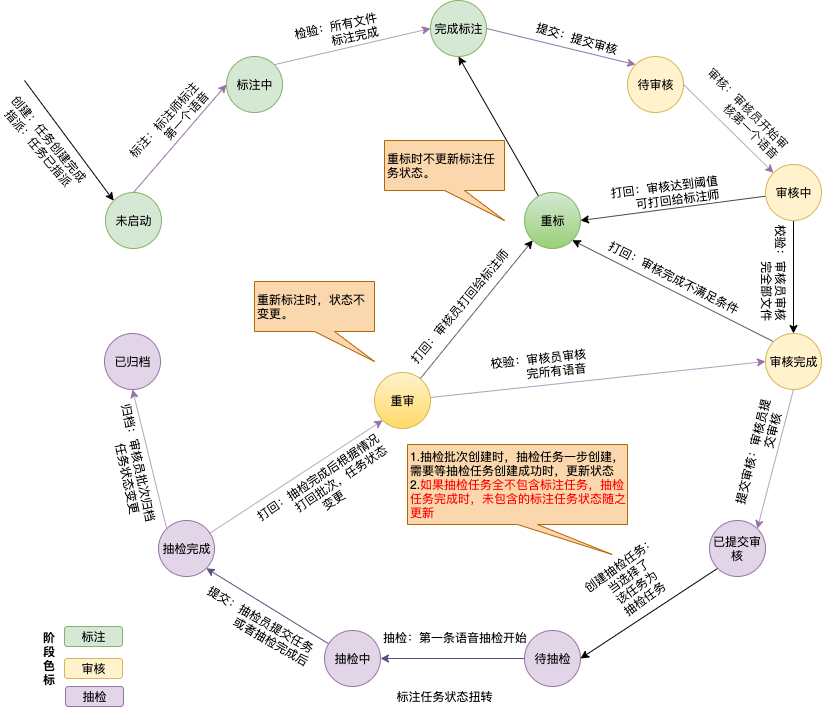
Above: 标注状态转变图.png in gumuqi/draw.io (draw.io), before the change. Source tidied: cells renumbered, new cells last; positions are measured from the earlier drawing's top-left corner, leaving out a move shared by most shapes.
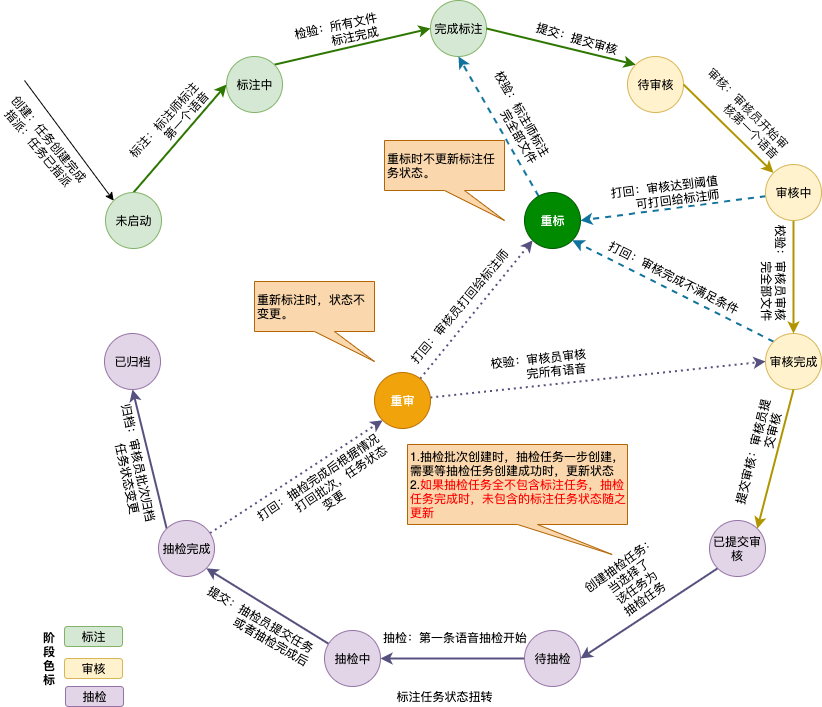
Later version of the same file.

Commit message:
已添加 标注状态转变图.png

Diff of the diagram source:
```diff
@@ -2,7 +2,7 @@
   <root>
     <mxCell id="0" />
     <mxCell id="1" parent="0" />
-    <mxCell id="2" style="rounded=0;jettySize=auto;html=1;entryX=0;entryY=0.5;entryDx=0;entryDy=0;fillColor=#e1d5e7;strokeColor=#9673a6;exitX=0.5;exitY=0;exitDx=0;exitDy=0;" parent="1" edge="1" source="6" target="9">
+    <mxCell id="2" style="rounded=0;jettySize=auto;html=1;entryX=0;entryY=0.5;entryDx=0;entryDy=0;fillColor=#60a917;strokeColor=#2D7600;exitX=0.5;exitY=0;exitDx=0;exitDy=0;strokeWidth=2;" parent="1" edge="1" source="6" target="9">
       <mxGeometry relative="1" as="geometry" />
     </mxCell>
     <mxCell id="3" value="标注：标注师标注&lt;br&gt;&amp;nbsp; &amp;nbsp; &amp;nbsp; &amp;nbsp; &amp;nbsp; &amp;nbsp;第一个语音" style="text;html=1;align=center;verticalAlign=middle;labelBackgroundColor=#ffffff;rotation=312;" parent="2" vertex="1">
@@ -23,7 +23,7 @@
     <mxCell id="6" value="未启动" style="ellipse;whiteSpace=wrap;html=1;fillColor=#d5e8d4;strokeColor=#82b366;" parent="1" vertex="1">
       <mxGeometry x="81" y="192" width="56" height="56" as="geometry" />
     </mxCell>
-    <mxCell id="7" style="rounded=0;jettySize=auto;html=1;entryX=0;entryY=0.5;entryDx=0;entryDy=0;fillColor=#e1d5e7;strokeColor=#9673a6;exitX=1;exitY=0;exitDx=0;exitDy=0;" parent="1" edge="1" source="9" target="10">
+    <mxCell id="7" style="rounded=0;jettySize=auto;html=1;entryX=0;entryY=0.5;entryDx=0;entryDy=0;fillColor=#60a917;strokeColor=#2D7600;exitX=1;exitY=0;exitDx=0;exitDy=0;strokeWidth=2;" parent="1" edge="1" source="9" target="10">
       <mxGeometry x="-0.17" y="42" relative="1" as="geometry" />
     </mxCell>
     <mxCell id="8" value="&lt;span style=&quot;font-size: 11px&quot;&gt;检验：所有文件&lt;/span&gt;&lt;br style=&quot;font-size: 11px&quot;&gt;&lt;span style=&quot;font-size: 11px&quot;&gt;&amp;nbsp; &amp;nbsp; &amp;nbsp; &amp;nbsp; &amp;nbsp; 标注完成&lt;/span&gt;" style="text;html=1;align=center;verticalAlign=middle;labelBackgroundColor=#ffffff;rotation=348;direction=south;" parent="7" vertex="1">
@@ -37,13 +37,18 @@
     <mxCell id="10" value="完成标注" style="ellipse;whiteSpace=wrap;html=1;fillColor=#d5e8d4;strokeColor=#82b366;" parent="1" vertex="1">
       <mxGeometry x="406" width="56" height="56" as="geometry" />
     </mxCell>
-    <mxCell id="11" style="edgeStyle=none;rounded=0;jettySize=auto;html=1;entryX=0.5;entryY=1;entryDx=0;entryDy=0;startArrow=none;startFill=0;endArrow=classic;endFill=1;" parent="1" edge="1" source="12" target="10">
+    <mxCell id="11" style="edgeStyle=none;rounded=0;jettySize=auto;html=1;entryX=0.5;entryY=1;entryDx=0;entryDy=0;startArrow=none;startFill=0;endArrow=classic;endFill=1;dashed=1;strokeWidth=2;fillColor=#b1ddf0;strokeColor=#10739e;" parent="1" edge="1" source="12" target="10">
       <mxGeometry relative="1" as="geometry" />
     </mxCell>
+    <mxCell id="58" value="&lt;span style=&quot;color: rgb(0 , 0 , 0)&quot;&gt;校验：标注师标注&lt;/span&gt;&lt;br style=&quot;color: rgb(0 , 0 , 0)&quot;&gt;&lt;span style=&quot;color: rgb(0 , 0 , 0)&quot;&gt;&amp;nbsp; &amp;nbsp; &amp;nbsp; &amp;nbsp; &amp;nbsp; &amp;nbsp;完全部文件&lt;/span&gt;" style="text;html=1;align=center;verticalAlign=middle;labelBackgroundColor=#ffffff;fontColor=#006633;rotation=60;" parent="11" vertex="1">
+      <mxGeometry x="0.11" y="-2" relative="1" as="geometry">
+        <mxPoint x="22" y="-0.5" as="offset" />
+      </mxGeometry>
+    </mxCell>
-    <mxCell id="12" value="重标" style="ellipse;whiteSpace=wrap;html=1;fillColor=#d5e8d4;strokeColor=#82b366;gradientColor=#97d077;" parent="1" vertex="1">
+    <mxCell id="12" value="重标" style="ellipse;whiteSpace=wrap;html=1;fillColor=#008a00;strokeColor=#005700;fontColor=#ffffff;" parent="1" vertex="1">
       <mxGeometry x="500" y="192" width="56" height="56" as="geometry" />
     </mxCell>
-    <mxCell id="13" style="edgeStyle=none;rounded=0;jettySize=auto;html=1;exitX=0;exitY=0;exitDx=0;exitDy=0;entryX=1;entryY=1;entryDx=0;entryDy=0;startArrow=none;startFill=0;endArrow=classic;endFill=1;" parent="1" edge="1" source="15" target="12">
+    <mxCell id="13" style="edgeStyle=none;rounded=0;jettySize=auto;html=1;exitX=0;exitY=0;exitDx=0;exitDy=0;entryX=1;entryY=1;entryDx=0;entryDy=0;startArrow=none;startFill=0;endArrow=classic;endFill=1;strokeWidth=2;fillColor=#b1ddf0;strokeColor=#10739e;dashed=1;" parent="1" edge="1" source="15" target="12">
       <mxGeometry relative="1" as="geometry" />
     </mxCell>
     <mxCell id="14" value="打回：审核完成不满足条件" style="text;html=1;align=center;verticalAlign=middle;labelBackgroundColor=#ffffff;rotation=27;" parent="13" vertex="1">
@@ -54,7 +59,7 @@
     <mxCell id="15" value="审核完成" style="ellipse;whiteSpace=wrap;html=1;fillColor=#fff2cc;strokeColor=#d6b656;" parent="1" vertex="1">
       <mxGeometry x="741" y="333" width="56" height="56" as="geometry" />
     </mxCell>
-    <mxCell id="16" style="rounded=0;jettySize=auto;html=1;entryX=1;entryY=0.5;entryDx=0;entryDy=0;elbow=vertical;fillColor=#e1d5e7;strokeColor=#9673a6;exitX=0;exitY=0;exitDx=0;exitDy=0;startArrow=classic;startFill=1;endArrow=none;endFill=0;" parent="1" edge="1" source="18" target="10">
+    <mxCell id="16" style="rounded=0;jettySize=auto;html=1;entryX=1;entryY=0.5;entryDx=0;entryDy=0;elbow=vertical;fillColor=#60a917;strokeColor=#2D7600;exitX=0;exitY=0;exitDx=0;exitDy=0;startArrow=classic;startFill=1;endArrow=none;endFill=0;strokeWidth=2;" parent="1" edge="1" source="18" target="10">
       <mxGeometry relative="1" as="geometry" />
     </mxCell>
     <mxCell id="17" value="提交：提交审核" style="text;html=1;align=center;verticalAlign=middle;labelBackgroundColor=#ffffff;rotation=16;" parent="16" vertex="1">
@@ -65,7 +70,7 @@
     <mxCell id="18" value="待审核" style="ellipse;whiteSpace=wrap;html=1;fillColor=#fff2cc;strokeColor=#d6b656;" parent="1" vertex="1">
       <mxGeometry x="603" y="56" width="56" height="56" as="geometry" />
     </mxCell>
-    <mxCell id="19" style="rounded=0;jettySize=auto;html=1;entryX=1;entryY=0.5;entryDx=0;entryDy=0;fillColor=#e1d5e7;strokeColor=#9673a6;startArrow=classic;startFill=1;endArrow=none;endFill=0;" parent="1" edge="1" source="27" target="18">
+    <mxCell id="19" style="rounded=0;jettySize=auto;html=1;entryX=1;entryY=0.5;entryDx=0;entryDy=0;fillColor=#e3c800;strokeColor=#B09500;startArrow=classic;startFill=1;endArrow=none;endFill=0;strokeWidth=2;" parent="1" edge="1" source="27" target="18">
       <mxGeometry relative="1" as="geometry" />
     </mxCell>
     <mxCell id="20" value="审核：审核员开始审&lt;br&gt;&amp;nbsp; &amp;nbsp; &amp;nbsp; &amp;nbsp; &amp;nbsp; &amp;nbsp;核第一个语音" style="text;html=1;align=center;verticalAlign=middle;labelBackgroundColor=#ffffff;rotation=45;" parent="19" vertex="1">
@@ -73,7 +78,7 @@
         <mxPoint x="26.5" y="-4.5" as="offset" />
       </mxGeometry>
     </mxCell>
-    <mxCell id="21" style="rounded=0;jettySize=auto;html=1;fillColor=#e1d5e7;strokeColor=#9673a6;entryX=1;entryY=0;entryDx=0;entryDy=0;exitX=0.5;exitY=1;exitDx=0;exitDy=0;" parent="1" edge="1" source="15" target="53">
+    <mxCell id="21" style="rounded=0;jettySize=auto;html=1;fillColor=#e3c800;strokeColor=#B09500;entryX=1;entryY=0;entryDx=0;entryDy=0;exitX=0.5;exitY=1;exitDx=0;exitDy=0;strokeWidth=2;" parent="1" edge="1" source="15" target="53">
       <mxGeometry relative="1" as="geometry" />
     </mxCell>
     <mxCell id="22" value="提交审核：审核员提&lt;br&gt;&amp;nbsp; &amp;nbsp; &amp;nbsp; &amp;nbsp; &amp;nbsp; &amp;nbsp; &amp;nbsp; &amp;nbsp;交审核" style="text;html=1;align=center;verticalAlign=middle;labelBackgroundColor=#ffffff;rotation=284;" parent="21" vertex="1">
@@ -81,7 +86,7 @@
         <mxPoint x="-13.5" y="-17.5" as="offset" />
       </mxGeometry>
     </mxCell>
-    <mxCell id="23" style="rounded=0;jettySize=auto;html=1;entryX=0.5;entryY=0;entryDx=0;entryDy=0;startArrow=none;startFill=0;endArrow=classic;endFill=1;" parent="1" edge="1" source="27" target="15">
+    <mxCell id="23" style="rounded=0;jettySize=auto;html=1;entryX=0.5;entryY=0;entryDx=0;entryDy=0;startArrow=none;startFill=0;endArrow=classic;endFill=1;strokeWidth=2;fillColor=#e3c800;strokeColor=#B09500;" parent="1" edge="1" source="27" target="15">
       <mxGeometry relative="1" as="geometry" />
     </mxCell>
     <mxCell id="24" value="校验：审核员审核&lt;br&gt;&amp;nbsp; &amp;nbsp; &amp;nbsp; &amp;nbsp; &amp;nbsp; &amp;nbsp;完全部文件" style="text;html=1;align=center;verticalAlign=middle;labelBackgroundColor=#ffffff;rotation=90;" parent="23" vertex="1">
@@ -89,7 +94,7 @@
         <mxPoint x="-18" y="30" as="offset" />
       </mxGeometry>
     </mxCell>
-    <mxCell id="25" style="edgeStyle=none;rounded=0;jettySize=auto;html=1;startArrow=none;startFill=0;endArrow=classic;endFill=1;entryX=1;entryY=0.5;entryDx=0;entryDy=0;" parent="1" edge="1" source="27" target="12">
+    <mxCell id="25" style="edgeStyle=none;rounded=0;jettySize=auto;html=1;startArrow=none;startFill=0;endArrow=classic;endFill=1;entryX=1;entryY=0.5;entryDx=0;entryDy=0;strokeWidth=2;fillColor=#b1ddf0;strokeColor=#10739e;dashed=1;" parent="1" edge="1" source="27" target="12">
       <mxGeometry relative="1" as="geometry" />
     </mxCell>
     <mxCell id="26" value="打回：审核达到阈值&lt;br&gt;&amp;nbsp; &amp;nbsp; &amp;nbsp; &amp;nbsp;可打回给标注师" style="text;html=1;align=center;verticalAlign=middle;labelBackgroundColor=#ffffff;rotation=353;" parent="25" vertex="1">
@@ -100,7 +105,7 @@
     <mxCell id="27" value="审核中" style="ellipse;whiteSpace=wrap;html=1;fillColor=#fff2cc;strokeColor=#d6b656;" parent="1" vertex="1">
       <mxGeometry x="741" y="164" width="56" height="56" as="geometry" />
     </mxCell>
-    <mxCell id="28" style="rounded=0;jettySize=auto;html=1;entryX=0.5;entryY=1;entryDx=0;entryDy=0;fillColor=#e1d5e7;strokeColor=#9673a6;exitX=0;exitY=0;exitDx=0;exitDy=0;" parent="1" edge="1" source="32" target="33">
+    <mxCell id="28" style="rounded=0;jettySize=auto;html=1;entryX=0.5;entryY=1;entryDx=0;entryDy=0;fillColor=#d0cee2;strokeColor=#56517e;exitX=0;exitY=0;exitDx=0;exitDy=0;strokeWidth=2;" parent="1" edge="1" source="32" target="33">
       <mxGeometry relative="1" as="geometry" />
     </mxCell>
     <mxCell id="29" value="归档：审核员批次归档&lt;br&gt;&amp;nbsp; &amp;nbsp; &amp;nbsp; &amp;nbsp; 任务状态变更" style="text;html=1;align=center;verticalAlign=middle;labelBackgroundColor=#ffffff;rotation=78;" parent="28" vertex="1">
@@ -108,7 +113,7 @@
         <mxPoint x="-14.5" y="20" as="offset" />
       </mxGeometry>
     </mxCell>
-    <mxCell id="30" style="rounded=0;jettySize=auto;html=1;entryX=0;entryY=1;entryDx=0;entryDy=0;fillColor=#e1d5e7;strokeColor=#9673a6;" parent="1" edge="1" source="32" target="38">
+    <mxCell id="30" style="rounded=0;jettySize=auto;html=1;entryX=0;entryY=1;entryDx=0;entryDy=0;fillColor=#d0cee2;strokeColor=#56517e;strokeWidth=2;dashed=1;dashPattern=1 2;" parent="1" edge="1" source="32" target="38">
       <mxGeometry relative="1" as="geometry" />
     </mxCell>
     <mxCell id="31" value="打回：抽检完成后根据情况&lt;br&gt;&amp;nbsp; &amp;nbsp; &amp;nbsp; &amp;nbsp; &amp;nbsp; &amp;nbsp;打回批次，任务状态&lt;br&gt;变更" style="text;html=1;align=center;verticalAlign=middle;labelBackgroundColor=#ffffff;rotation=326;" parent="30" vertex="1">
@@ -122,7 +127,7 @@
     <mxCell id="33" value="已归档" style="ellipse;whiteSpace=wrap;html=1;fillColor=#e1d5e7;strokeColor=#9673a6;" parent="1" vertex="1">
       <mxGeometry x="80" y="333" width="56" height="56" as="geometry" />
     </mxCell>
-    <mxCell id="34" style="rounded=0;jettySize=auto;html=1;entryX=0;entryY=0.5;entryDx=0;entryDy=0;fillColor=#e1d5e7;strokeColor=#9673a6;" parent="1" edge="1" source="38" target="15">
+    <mxCell id="34" style="rounded=0;jettySize=auto;html=1;entryX=0;entryY=0.5;entryDx=0;entryDy=0;fillColor=#d0cee2;strokeColor=#56517e;strokeWidth=2;dashed=1;dashPattern=1 2;" parent="1" edge="1" source="38" target="15">
       <mxGeometry relative="1" as="geometry" />
     </mxCell>
     <mxCell id="35" value="校验：审核员审核&lt;br&gt;&amp;nbsp; &amp;nbsp; &amp;nbsp; &amp;nbsp; &amp;nbsp; 完所有语音" style="text;html=1;align=center;verticalAlign=middle;labelBackgroundColor=#ffffff;rotation=354;" parent="34" vertex="1">
@@ -130,7 +135,7 @@
         <mxPoint x="10.5" y="-19.5" as="offset" />
       </mxGeometry>
     </mxCell>
-    <mxCell id="36" style="edgeStyle=none;rounded=0;jettySize=auto;html=1;entryX=0;entryY=1;entryDx=0;entryDy=0;startArrow=none;startFill=0;endArrow=classic;endFill=1;" parent="1" edge="1" source="38" target="12">
+    <mxCell id="36" style="edgeStyle=none;rounded=0;jettySize=auto;html=1;entryX=0;entryY=1;entryDx=0;entryDy=0;startArrow=none;startFill=0;endArrow=classic;endFill=1;strokeWidth=2;fillColor=#d0cee2;strokeColor=#56517e;dashed=1;dashPattern=1 2;" parent="1" edge="1" source="38" target="12">
       <mxGeometry relative="1" as="geometry" />
     </mxCell>
     <mxCell id="37" value="打回：审核员打回给标注师" style="text;html=1;align=center;verticalAlign=middle;labelBackgroundColor=#ffffff;rotation=310;" parent="36" vertex="1">
@@ -138,13 +143,13 @@
         <mxPoint x="0.5" y="-20.5" as="offset" />
       </mxGeometry>
     </mxCell>
-    <mxCell id="38" value="重审" style="ellipse;whiteSpace=wrap;html=1;fillColor=#fff2cc;strokeColor=#d6b656;gradientColor=#ffd966;" parent="1" vertex="1">
+    <mxCell id="38" value="重审" style="ellipse;whiteSpace=wrap;html=1;fillColor=#f0a30a;strokeColor=#BD7000;fontColor=#ffffff;" parent="1" vertex="1">
       <mxGeometry x="350" y="372" width="56" height="56" as="geometry" />
     </mxCell>
     <mxCell id="39" value="标注任务状态扭转" style="text;html=1;strokeColor=none;fillColor=none;align=center;verticalAlign=middle;whiteSpace=wrap;rounded=0;" parent="1" vertex="1">
       <mxGeometry x="370" y="686" width="100" height="20" as="geometry" />
     </mxCell>
-    <mxCell id="40" style="edgeStyle=none;rounded=0;jettySize=auto;html=1;entryX=1;entryY=0.5;entryDx=0;entryDy=0;startArrow=none;startFill=0;endArrow=classic;endFill=1;fillColor=#d0cee2;strokeColor=#56517e;" parent="1" edge="1" source="42" target="45">
+    <mxCell id="40" style="edgeStyle=none;rounded=0;jettySize=auto;html=1;entryX=1;entryY=0.5;entryDx=0;entryDy=0;startArrow=none;startFill=0;endArrow=classic;endFill=1;fillColor=#d0cee2;strokeColor=#56517e;strokeWidth=2;" parent="1" edge="1" source="42" target="45">
       <mxGeometry relative="1" as="geometry" />
     </mxCell>
     <mxCell id="41" value="抽检：第一条语音抽检开始" style="text;html=1;align=center;verticalAlign=middle;labelBackgroundColor=#ffffff;" parent="40" vertex="1">
@@ -155,7 +160,7 @@
     <mxCell id="42" value="待抽检" style="ellipse;whiteSpace=wrap;html=1;fillColor=#e1d5e7;strokeColor=#9673a6;" parent="1" vertex="1">
       <mxGeometry x="500" y="630" width="56" height="56" as="geometry" />
     </mxCell>
-    <mxCell id="43" style="edgeStyle=none;rounded=0;jettySize=auto;html=1;entryX=1;entryY=1;entryDx=0;entryDy=0;startArrow=none;startFill=0;endArrow=classic;endFill=1;fillColor=#d0cee2;strokeColor=#56517e;" parent="1" edge="1" source="45" target="32">
+    <mxCell id="43" style="edgeStyle=none;rounded=0;jettySize=auto;html=1;entryX=1;entryY=1;entryDx=0;entryDy=0;startArrow=none;startFill=0;endArrow=classic;endFill=1;fillColor=#d0cee2;strokeColor=#56517e;strokeWidth=2;" parent="1" edge="1" source="45" target="32">
       <mxGeometry relative="1" as="geometry" />
     </mxCell>
     <mxCell id="44" value="提交：抽检员提交任务&lt;br&gt;&amp;nbsp; &amp;nbsp; &amp;nbsp; &amp;nbsp; &amp;nbsp; &amp;nbsp; &amp;nbsp;或者抽检完成后&amp;nbsp;" style="text;html=1;align=center;verticalAlign=middle;labelBackgroundColor=#ffffff;rotation=30;" parent="43" vertex="1">
@@ -184,7 +189,7 @@
     <mxCell id="50" value="&lt;b&gt;&lt;span&gt;阶段色标&lt;/span&gt;&lt;/b&gt;" style="text;html=1;strokeColor=none;fillColor=none;align=center;verticalAlign=middle;whiteSpace=wrap;rounded=0;horizontal=0;rotation=90;fontStyle=0;" parent="1" vertex="1">
       <mxGeometry y="648" width="50" height="20" as="geometry" />
     </mxCell>
-    <mxCell id="51" style="rounded=0;jettySize=auto;html=1;entryX=1;entryY=0.5;entryDx=0;entryDy=0;exitX=0;exitY=1;exitDx=0;exitDy=0;" parent="1" edge="1" source="53" target="42">
+    <mxCell id="51" style="rounded=0;jettySize=auto;html=1;entryX=1;entryY=0.5;entryDx=0;entryDy=0;exitX=0;exitY=1;exitDx=0;exitDy=0;strokeWidth=2;fillColor=#d0cee2;strokeColor=#56517e;" parent="1" edge="1" source="53" target="42">
       <mxGeometry relative="1" as="geometry" />
     </mxCell>
     <mxCell id="52" value="创建抽检任务：&lt;br&gt;当选择了&lt;br&gt;该任务为&lt;br&gt;抽检任务" style="text;html=1;align=center;verticalAlign=middle;labelBackgroundColor=#ffffff;rotation=324;" parent="51" vertex="1">
```
